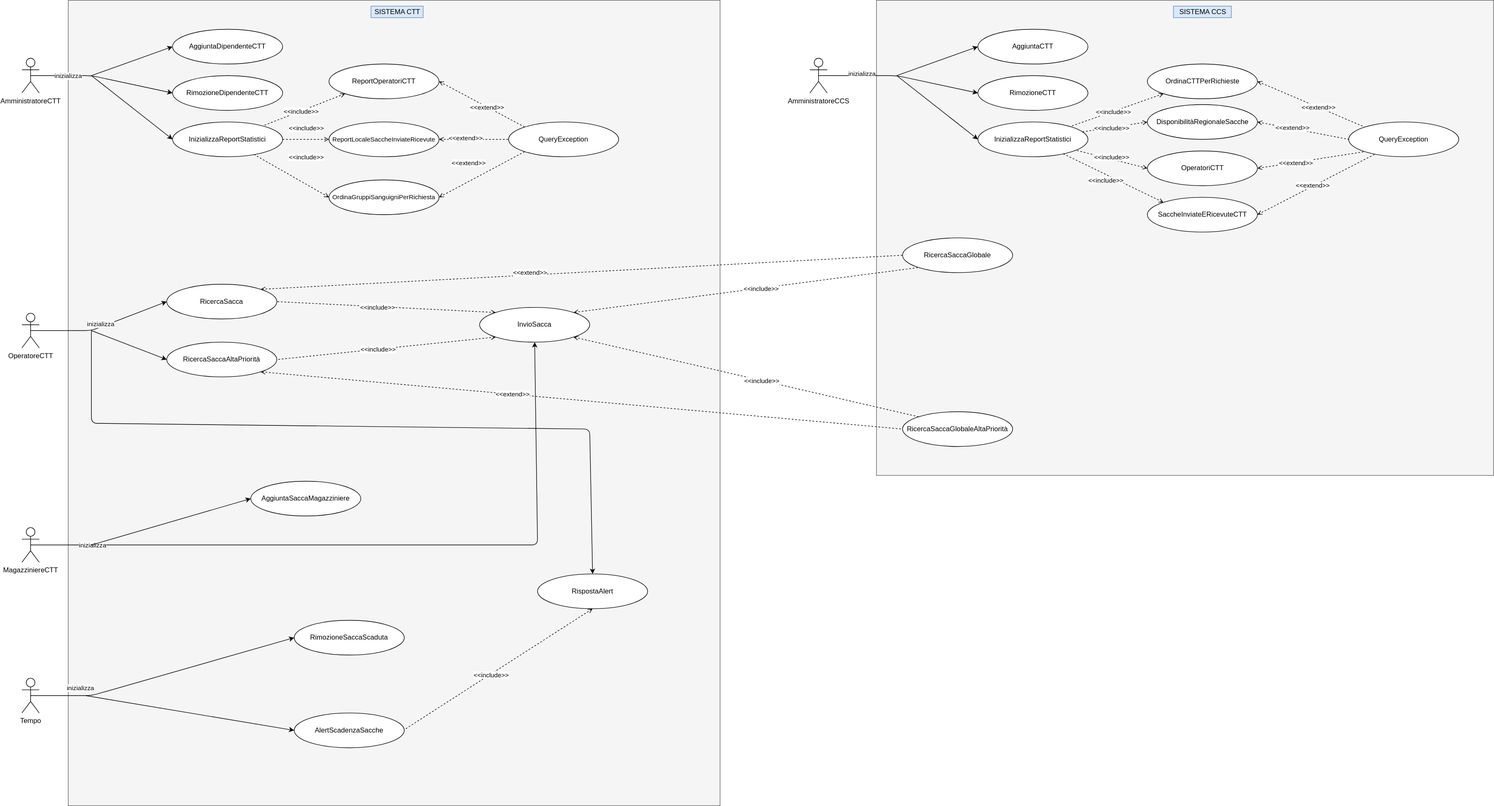
This is System Definition/Use Case diagrams/UseCaseDiagrams.svg from MarcoRuta/Sistema-gestione-CCS-CTT-UnaRegione, a draw.io export, as it was before one commit. Source tidied: cells renumbered, new cells last; positions are measured from the earlier drawing's top-left corner, leaving out a move shared by most shapes.
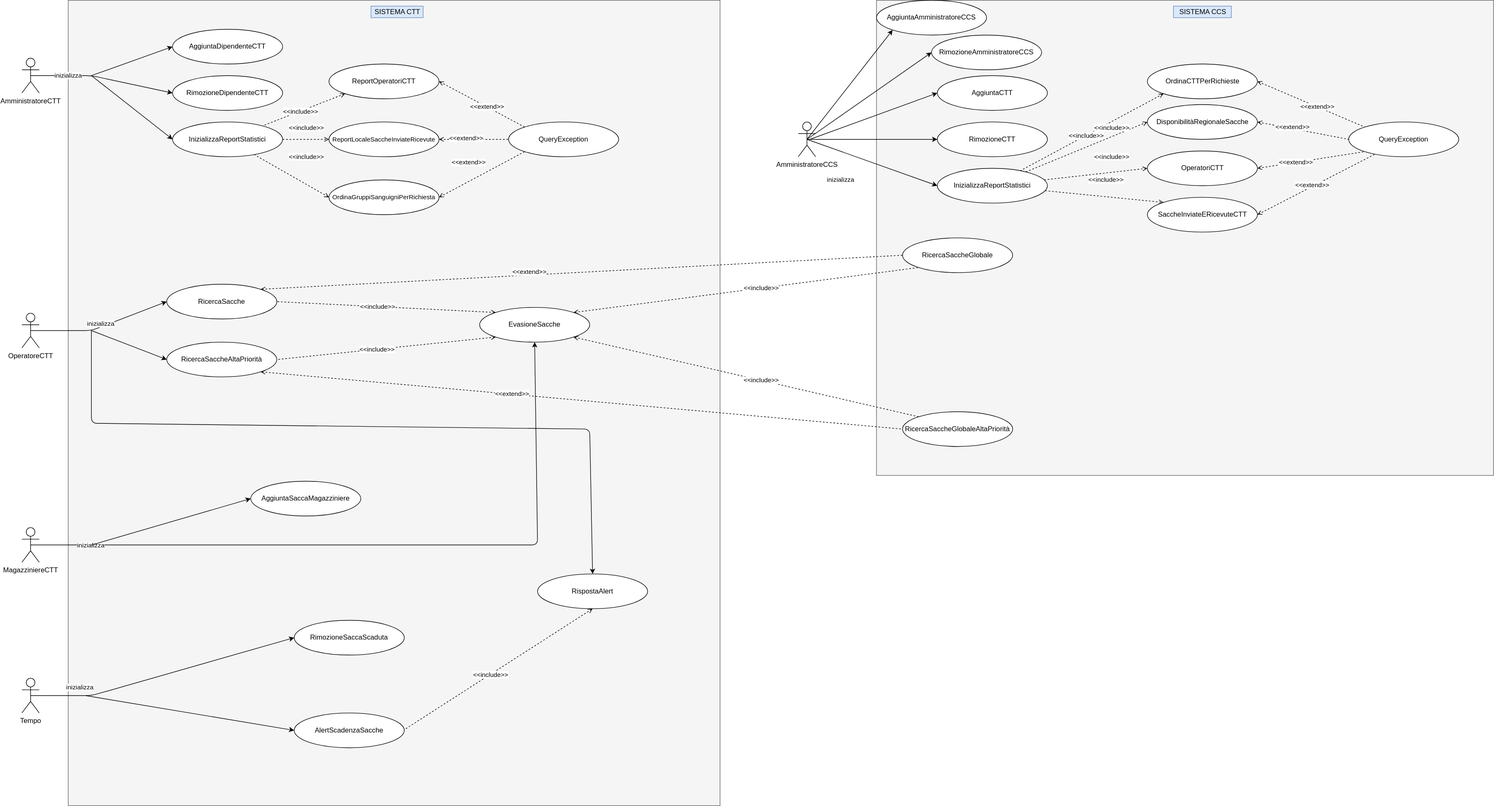
The same file after the commit.

The edit, as a diff of the source:
```diff
@@ -40,7 +40,7 @@
     <mxCell id="11" value="AggiuntaSaccaMagazziniere" style="ellipse;whiteSpace=wrap;html=1;" parent="1" vertex="1">
       <mxGeometry x="395" y="830" width="190" height="60" as="geometry" />
     </mxCell>
-    <mxCell id="12" value="InvioSacca" style="ellipse;whiteSpace=wrap;html=1;" parent="1" vertex="1">
+    <mxCell id="12" value="EvasioneSacche" style="ellipse;whiteSpace=wrap;html=1;" parent="1" vertex="1">
       <mxGeometry x="790" y="530" width="190" height="60" as="geometry" />
     </mxCell>
     <mxCell id="13" value="InizializzaReportStatistici" style="ellipse;whiteSpace=wrap;html=1;" parent="1" vertex="1">
@@ -108,38 +108,32 @@
       <mxGeometry x="1987.5" y="10" width="100" height="20" as="geometry" />
     </mxCell>
     <mxCell id="33" value="AmministratoreCCS" style="shape=umlActor;verticalLabelPosition=bottom;verticalAlign=top;html=1;outlineConnect=0;" parent="1" vertex="1">
-      <mxGeometry x="1360" y="100" width="30" height="60" as="geometry" />
+      <mxGeometry x="1340" y="210" width="30" height="60" as="geometry" />
     </mxCell>
     <mxCell id="34" value="AggiuntaCTT" style="ellipse;whiteSpace=wrap;html=1;" parent="1" vertex="1">
-      <mxGeometry x="1650" y="50" width="190" height="60" as="geometry" />
+      <mxGeometry x="1580" y="130" width="190" height="60" as="geometry" />
     </mxCell>
     <mxCell id="35" value="RimozioneCTT" style="ellipse;whiteSpace=wrap;html=1;" parent="1" vertex="1">
-      <mxGeometry x="1650" y="130" width="190" height="60" as="geometry" />
+      <mxGeometry x="1580" y="210" width="190" height="60" as="geometry" />
     </mxCell>
     <mxCell id="36" style="endArrow=classic;html=1;entryX=0;entryY=0.5;entryDx=0;entryDy=0;" parent="1" edge="1" target="34">
       <mxGeometry relative="1" as="geometry">
-        <mxPoint x="1510" y="130" as="sourcePoint" />
+        <mxPoint x="1360" y="240" as="sourcePoint" />
       </mxGeometry>
     </mxCell>
     <mxCell id="37" style="endArrow=classic;html=1;exitX=0.5;exitY=0.5;exitDx=0;exitDy=0;exitPerimeter=0;entryX=0;entryY=0.5;entryDx=0;entryDy=0;" parent="1" edge="1" source="33" target="35">
-      <mxGeometry relative="1" as="geometry">
-        <Array as="points">
-          <mxPoint x="1510" y="130" />
-        </Array>
-      </mxGeometry>
+      <mxGeometry relative="1" as="geometry" />
     </mxCell>
     <mxCell id="38" value="inizializza" style="edgeLabel;html=1;align=center;verticalAlign=middle;" parent="37" vertex="1">
       <mxGeometry x="0.15" y="-1" relative="1" as="geometry">
-        <mxPoint x="-85.8" y="-10.8" as="offset" />
+        <mxPoint x="-72.2" y="68.5" as="offset" />
       </mxGeometry>
     </mxCell>
     <mxCell id="39" value="InizializzaReportStatistici" style="ellipse;whiteSpace=wrap;html=1;" parent="1" vertex="1">
-      <mxGeometry x="1650" y="210" width="190" height="60" as="geometry" />
+      <mxGeometry x="1580" y="290" width="190" height="60" as="geometry" />
     </mxCell>
-    <mxCell id="40" style="endArrow=classic;html=1;entryX=0;entryY=0.5;entryDx=0;entryDy=0;" parent="1" edge="1" target="39">
-      <mxGeometry relative="1" as="geometry">
-        <mxPoint x="1510" y="130" as="sourcePoint" />
-      </mxGeometry>
+    <mxCell id="40" style="endArrow=classic;html=1;entryX=0;entryY=0.5;entryDx=0;entryDy=0;exitX=0.5;exitY=0.5;exitDx=0;exitDy=0;exitPerimeter=0;" parent="1" edge="1" source="33" target="39">
+      <mxGeometry relative="1" as="geometry" />
     </mxCell>
     <mxCell id="41" value="OrdinaCTTPerRichieste" style="ellipse;whiteSpace=wrap;html=1;" parent="1" vertex="1">
       <mxGeometry x="1942.5" y="110" width="190" height="60" as="geometry" />
@@ -232,7 +226,7 @@
     <mxCell id="65" value="OperatoreCTT" style="shape=umlActor;verticalLabelPosition=bottom;verticalAlign=top;html=1;" parent="1" vertex="1">
       <mxGeometry y="540" width="30" height="60" as="geometry" />
     </mxCell>
-    <mxCell id="66" value="RicercaSacca" style="ellipse;whiteSpace=wrap;html=1;" parent="1" vertex="1">
+    <mxCell id="66" value="RicercaSacche" style="ellipse;whiteSpace=wrap;html=1;" parent="1" vertex="1">
       <mxGeometry x="250" y="490" width="190" height="60" as="geometry" />
     </mxCell>
     <mxCell id="67" style="endArrow=classic;html=1;exitX=0.5;exitY=0.5;exitDx=0;exitDy=0;exitPerimeter=0;entryX=0;entryY=0.5;entryDx=0;entryDy=0;" parent="1" edge="1" target="66">
@@ -248,16 +242,16 @@
         <mxPoint x="-18.5" y="-1" as="offset" />
       </mxGeometry>
     </mxCell>
-    <mxCell id="69" value="RicercaSaccaGlobale" style="ellipse;whiteSpace=wrap;html=1;" parent="1" vertex="1">
+    <mxCell id="69" value="RicercaSaccheGlobale" style="ellipse;whiteSpace=wrap;html=1;" parent="1" vertex="1">
       <mxGeometry x="1520" y="410" width="190" height="60" as="geometry" />
     </mxCell>
     <mxCell id="70" style="endArrow=none;dashed=1;html=1;exitX=1;exitY=0;exitDx=0;exitDy=0;entryX=0;entryY=0.5;entryDx=0;entryDy=0;startArrow=open;startFill=0;" parent="1" edge="1" source="66" target="69">
       <mxGeometry relative="1" as="geometry" />
     </mxCell>
-    <mxCell id="71" value="RicercaSaccaAltaPriorità" style="ellipse;whiteSpace=wrap;html=1;" parent="1" vertex="1">
+    <mxCell id="71" value="RicercaSaccheAltaPriorità" style="ellipse;whiteSpace=wrap;html=1;" parent="1" vertex="1">
       <mxGeometry x="250" y="590" width="190" height="60" as="geometry" />
     </mxCell>
-    <mxCell id="72" value="RicercaSaccaGlobaleAltaPriorità" style="ellipse;whiteSpace=wrap;html=1;" parent="1" vertex="1">
+    <mxCell id="72" value="RicercaSaccheGlobaleAltaPriorità" style="ellipse;whiteSpace=wrap;html=1;" parent="1" vertex="1">
       <mxGeometry x="1520" y="710" width="190" height="60" as="geometry" />
     </mxCell>
     <mxCell id="73" style="endArrow=none;dashed=1;html=1;exitX=1;exitY=1;exitDx=0;exitDy=0;entryX=0;entryY=0.5;entryDx=0;entryDy=0;startArrow=open;startFill=0;" parent="1" edge="1" source="71" target="72">
@@ -349,5 +343,17 @@
     <mxCell id="94" value="&amp;lt;&amp;lt;include&amp;gt;&amp;gt;" style="edgeLabel;html=1;align=center;verticalAlign=middle;" parent="93" vertex="1">
       <mxGeometry x="0.08" relative="1" as="geometry" />
     </mxCell>
+    <mxCell id="95" value="RimozioneAmministratoreCCS" style="ellipse;whiteSpace=wrap;html=1;" parent="1" vertex="1">
+      <mxGeometry x="1570" y="60" width="190" height="60" as="geometry" />
+    </mxCell>
+    <mxCell id="96" value="AggiuntaAmministratoreCCS" style="ellipse;whiteSpace=wrap;html=1;" parent="1" vertex="1">
+      <mxGeometry x="1475" width="190" height="60" as="geometry" />
+    </mxCell>
+    <mxCell id="97" style="endArrow=classic;html=1;entryX=0;entryY=0.5;entryDx=0;entryDy=0;exitX=0.5;exitY=0.5;exitDx=0;exitDy=0;exitPerimeter=0;" parent="1" edge="1" source="33" target="95">
+      <mxGeometry relative="1" as="geometry" />
+    </mxCell>
+    <mxCell id="98" style="endArrow=classic;html=1;entryX=0;entryY=1;entryDx=0;entryDy=0;exitX=0.5;exitY=0.5;exitDx=0;exitDy=0;exitPerimeter=0;" parent="1" edge="1" source="33" target="96">
+      <mxGeometry relative="1" as="geometry" />
+    </mxCell>
   </root>
 </mxGraphModel>
```
